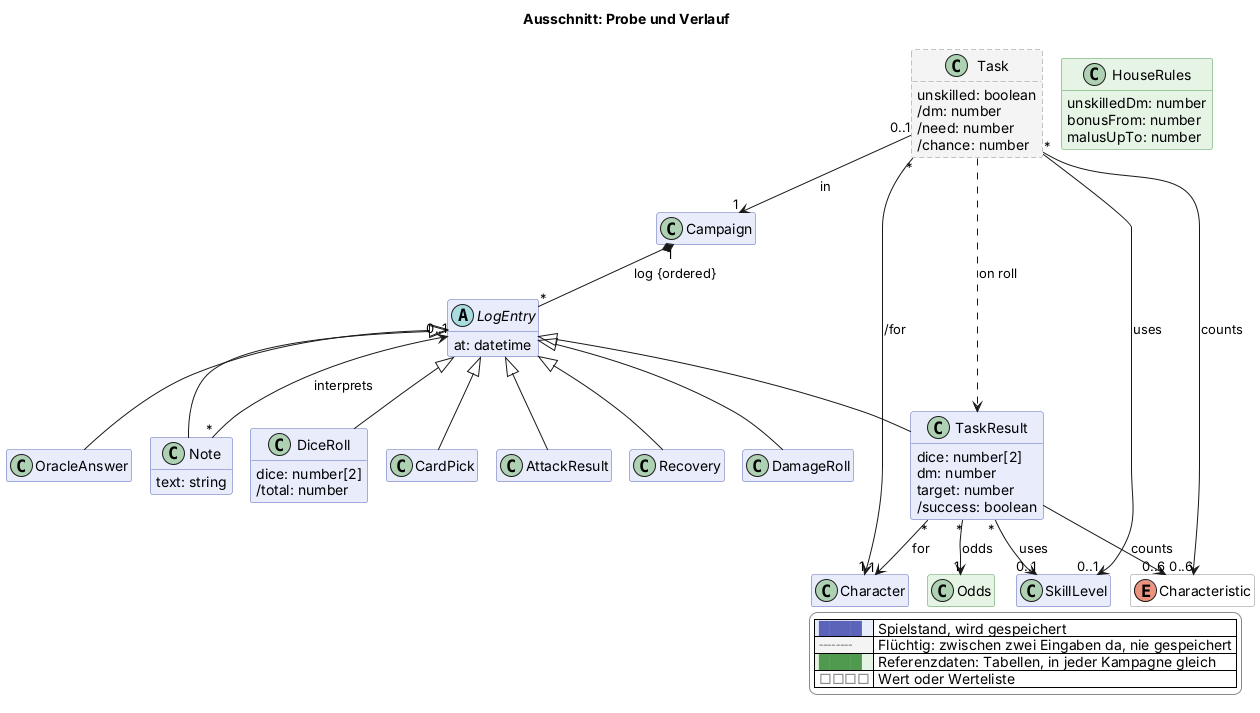
This is docs/views/probe.png from scuzzar/SRE, a PlantUML export, as it was before one commit.
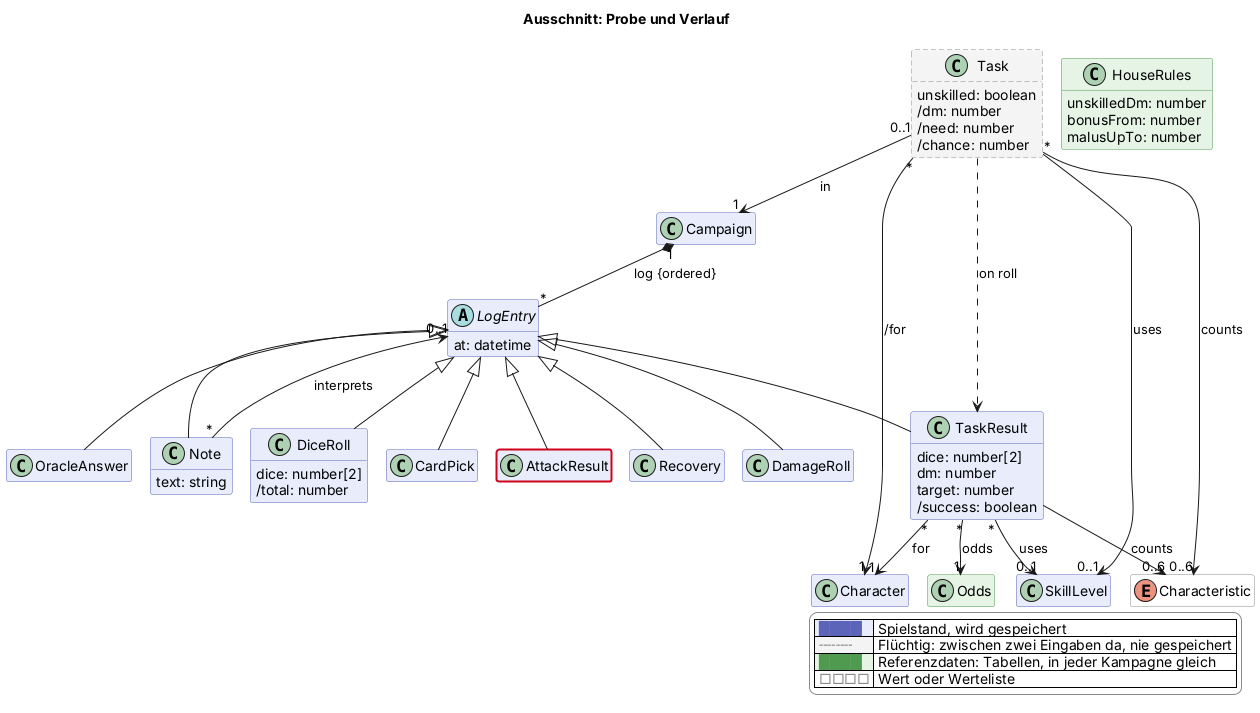
Later version of the same file.

Diff of the diagram source:
```diff
@@ -140,4 +140,5 @@
   |<#e6f4e6> <color:#4f9a4f>████</color> | Referenzdaten: Tabellen, in jeder Kampagne gleich |
   |<#ffffff> <color:#8a8a8a>□□□□</color> | Wert oder Werteliste |
 endlegend
+class AttackResult #line:d0021b;line.bold
 @enduml
```
